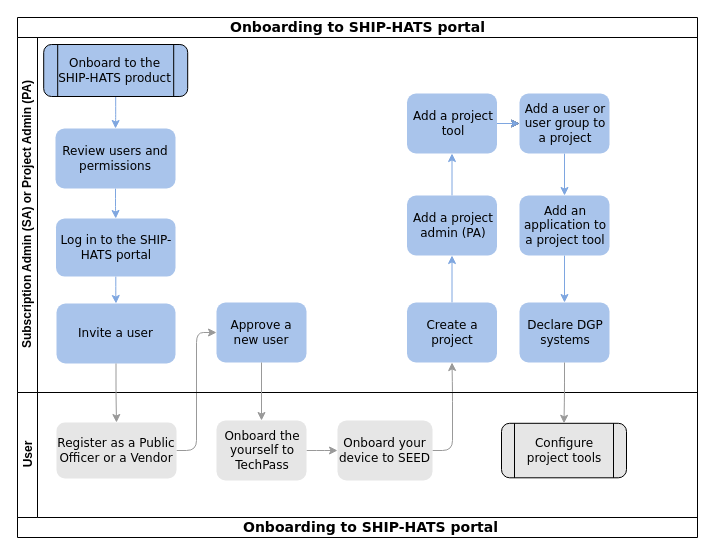
Before: images/onboarding-ship-hats-portal.drawio in GovTechSG/ship-hats-portal, a draw.io diagram. Source tidied: cells renumbered, new cells numbered last; positions are measured from the earlier drawing's top-left corner, leaving out a move shared by most shapes. Both pictures are drawn from the tidied source at 100%, with x=0, y=0 at pixel (17, 17).
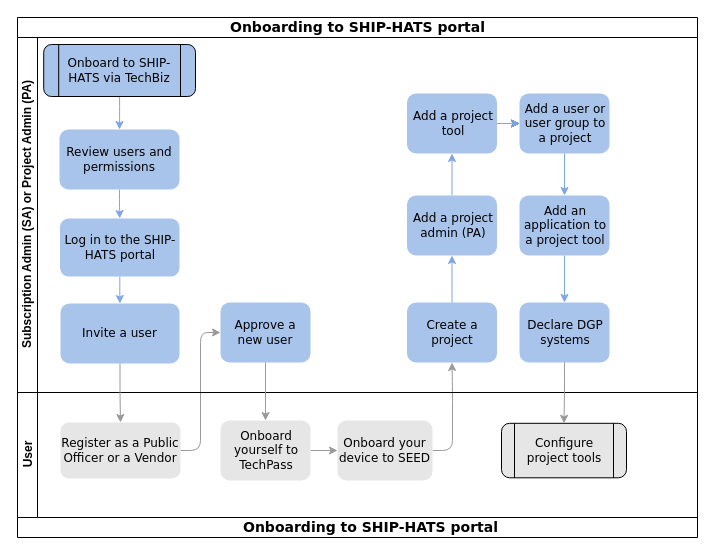
After the change.

The change refers to these unchanged cells:
```xml
<mxCell id="5" value="Subscription Admin (SA) or Project Admin (PA)" style="swimlane;html=1;startSize=20;horizontal=0;strokeColor=#000000;" parent="2" vertex="1">
  <mxGeometry y="20" width="680" height="355" as="geometry" />
</mxCell>
<mxCell id="26" value="User" style="swimlane;html=1;startSize=20;horizontal=0;strokeColor=#000000;" parent="2" vertex="1">
  <mxGeometry y="375" width="680" height="125" as="geometry" />
</mxCell>
```

What changed in the source:
```diff
@@
     <mxCell id="7" value="&lt;font style=&quot;font-size: 12px;&quot;&gt;Review users and permissions&lt;/font&gt;" style="rounded=1;whiteSpace=wrap;html=1;shadow=0;labelBackgroundColor=none;strokeWidth=1;fontFamily=Verdana;fontSize=8;align=center;fillColor=#A9C4EB;strokeColor=none;" parent="5" vertex="1">
-      <mxGeometry x="38" y="91" width="120" height="60" as="geometry" />
+      <mxGeometry x="42" y="92" width="120" height="60" as="geometry" />
     </mxCell>
     <mxCell id="8" value="&lt;font style=&quot;font-size: 12px;&quot;&gt;Invite a user&lt;/font&gt;" style="rounded=1;whiteSpace=wrap;html=1;fontFamily=Verdana;fontSize=8;fillColor=#A9C4EB;strokeColor=none;" parent="5" vertex="1">
-      <mxGeometry x="39" y="266" width="119" height="60" as="geometry" />
+      <mxGeometry x="43" y="266" width="119" height="60" as="geometry" />
     </mxCell>
     <mxCell id="9" value="&lt;font style=&quot;font-size: 12px;&quot;&gt;Approve a new user&lt;/font&gt;" style="rounded=1;whiteSpace=wrap;html=1;fontFamily=Verdana;fontSize=8;align=center;fillColor=#A9C4EB;strokeColor=none;" parent="5" vertex="1">
-      <mxGeometry x="199" y="265" width="90" height="60" as="geometry" />
+      <mxGeometry x="203" y="265" width="90" height="60" as="geometry" />
     </mxCell>
@@
     <mxCell id="15" value="&lt;font style=&quot;font-size: 12px;&quot;&gt;Log in to the SHIP-HATS portal&lt;/font&gt;" style="rounded=1;whiteSpace=wrap;html=1;fontFamily=Verdana;fontSize=8;fillColor=#A9C4EB;strokeColor=none;" parent="5" vertex="1">
-      <mxGeometry x="38.5" y="181" width="119.5" height="58" as="geometry" />
+      <mxGeometry x="42.5" y="181" width="119.5" height="58" as="geometry" />
     </mxCell>
@@
-    <mxCell id="25" value="Onboard to the SHIP-HATS product" style="shape=process;whiteSpace=wrap;html=1;backgroundOutline=1;fontFamily=Verdana;fontSize=12;fillColor=#A9C4EB;rounded=1;" parent="5" vertex="1">
-      <mxGeometry x="26.2" y="7" width="144" height="52" as="geometry" />
+    <mxCell id="25" value="Onboard to SHIP-HATS via TechBiz" style="shape=process;whiteSpace=wrap;html=1;backgroundOutline=1;fontFamily=Verdana;fontSize=12;fillColor=#A9C4EB;rounded=1;" parent="5" vertex="1">
+      <mxGeometry x="26.2" y="7" width="151.8" height="52" as="geometry" />
     </mxCell>
@@
     <mxCell id="27" value="&lt;font style=&quot;font-size: 12px;&quot;&gt;Register as a Public Officer or a Vendor&lt;/font&gt;" style="rounded=1;whiteSpace=wrap;html=1;fontFamily=Verdana;fontSize=8;strokeColor=none;fillColor=#E6E6E6;" parent="26" vertex="1">
-      <mxGeometry x="39" y="30" width="120" height="56" as="geometry" />
+      <mxGeometry x="43" y="30" width="120" height="56" as="geometry" />
     </mxCell>
@@
-    <mxCell id="29" value="&lt;div style=&quot;text-align: center;&quot;&gt;&lt;span style=&quot;background-color: initial;&quot;&gt;&lt;font style=&quot;font-size: 12px;&quot;&gt;Onboard the yourself to TechPass&lt;/font&gt;&lt;/span&gt;&lt;/div&gt;" style="rounded=1;whiteSpace=wrap;html=1;fontSize=8;fontFamily=Verdana;align=left;strokeColor=none;fillColor=#E6E6E6;" parent="26" vertex="1">
-      <mxGeometry x="199" y="28" width="90" height="60" as="geometry" />
+    <mxCell id="29" value="&lt;div style=&quot;text-align: center;&quot;&gt;&lt;span style=&quot;background-color: initial;&quot;&gt;&lt;font style=&quot;font-size: 12px;&quot;&gt;Onboard yourself to TechPass&lt;/font&gt;&lt;/span&gt;&lt;/div&gt;" style="rounded=1;whiteSpace=wrap;html=1;fontSize=8;fontFamily=Verdana;align=left;strokeColor=none;fillColor=#E6E6E6;" parent="26" vertex="1">
+      <mxGeometry x="203" y="28" width="90" height="60" as="geometry" />
     </mxCell>
```
